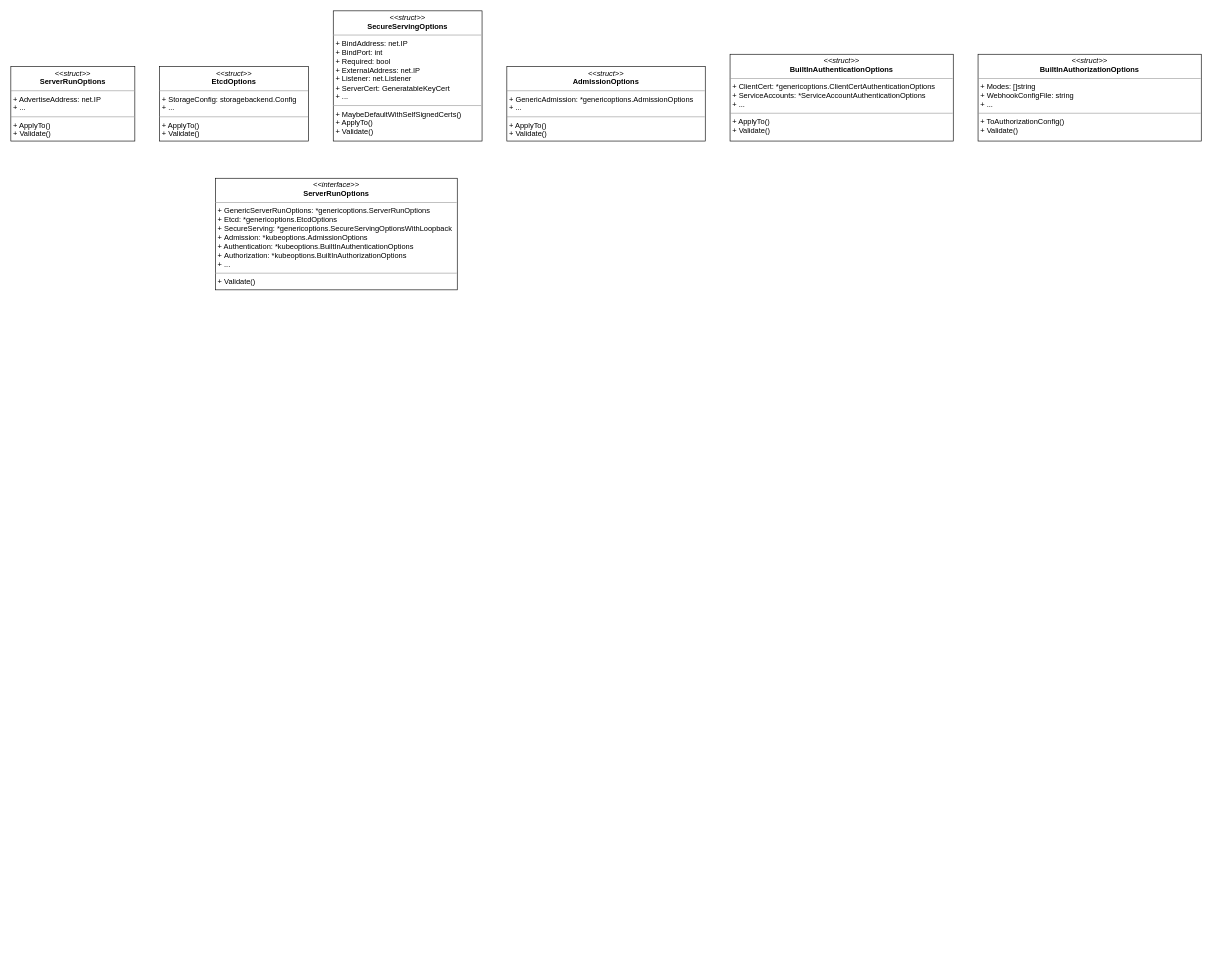
Above: apiserver.drawio in Richard-Joe/draw-io (draw.io), before the change. Source tidied: cells renumbered, new cells numbered last; positions are measured from the earlier drawing's top-left corner, leaving out a move shared by most shapes. Both pictures are drawn from the tidied source at 62%, with x=0, y=0 at pixel (11, 11).
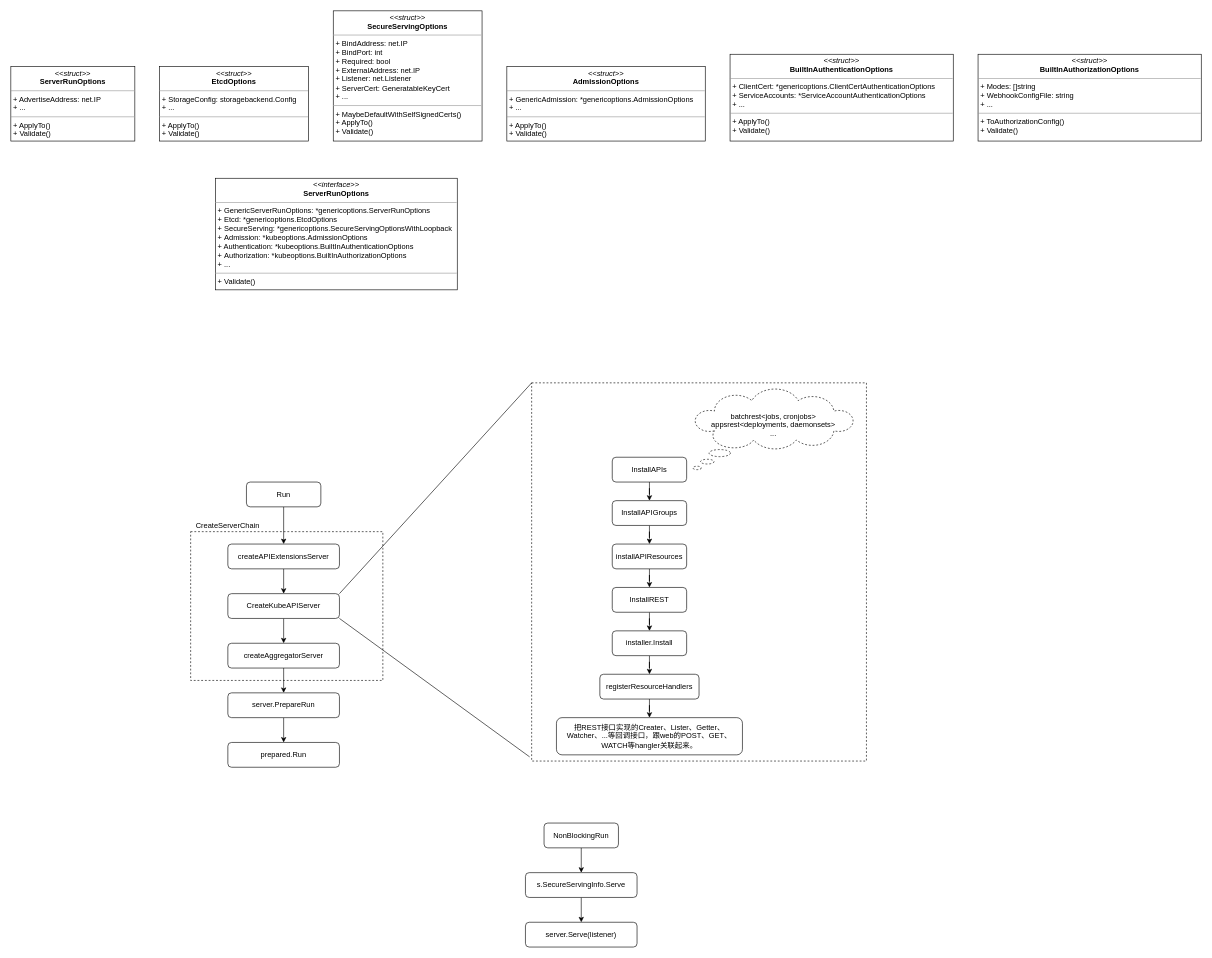
After the change.

The edit, as a diff of the source:
```diff
@@
+    <mxCell id="9" style="rounded=0;whiteSpace=wrap;html=1;dashed=1;" parent="1" vertex="1">
+      <mxGeometry x="840" y="600" width="540" height="610" as="geometry" />
+    </mxCell>
+    <mxCell id="10" style="rounded=0;whiteSpace=wrap;html=1;dashed=1;" parent="1" vertex="1">
+      <mxGeometry x="290" y="840" width="310" height="240" as="geometry" />
+    </mxCell>
@@
+    <mxCell id="11" style="edgeStyle=orthogonalEdgeStyle;rounded=0;jettySize=auto;html=1;" parent="1" edge="1" source="12" target="14">
+      <mxGeometry relative="1" as="geometry" />
+    </mxCell>
+    <mxCell id="12" value="Run" style="rounded=1;whiteSpace=wrap;html=1;" parent="1" vertex="1">
+      <mxGeometry x="380" y="760" width="120" height="40" as="geometry" />
+    </mxCell>
+    <mxCell id="13" style="edgeStyle=orthogonalEdgeStyle;rounded=0;jettySize=auto;html=1;" parent="1" edge="1" source="14" target="16">
+      <mxGeometry relative="1" as="geometry" />
+    </mxCell>
+    <mxCell id="14" value="createAPIExtensionsServer" style="rounded=1;whiteSpace=wrap;html=1;" parent="1" vertex="1">
+      <mxGeometry x="350" y="860" width="180" height="40" as="geometry" />
+    </mxCell>
+    <mxCell id="15" style="edgeStyle=orthogonalEdgeStyle;rounded=0;jettySize=auto;html=1;" parent="1" edge="1" source="16" target="18">
+      <mxGeometry relative="1" as="geometry" />
+    </mxCell>
+    <mxCell id="16" value="CreateKubeAPIServer" style="rounded=1;whiteSpace=wrap;html=1;" parent="1" vertex="1">
+      <mxGeometry x="350" y="940" width="180" height="40" as="geometry" />
+    </mxCell>
+    <mxCell id="17" style="edgeStyle=orthogonalEdgeStyle;rounded=0;jettySize=auto;html=1;" parent="1" edge="1" source="18" target="21">
+      <mxGeometry relative="1" as="geometry" />
+    </mxCell>
+    <mxCell id="18" value="createAggregatorServer" style="rounded=1;whiteSpace=wrap;html=1;" parent="1" vertex="1">
+      <mxGeometry x="350" y="1020" width="180" height="40" as="geometry" />
+    </mxCell>
+    <mxCell id="19" value="CreateServerChain" style="text;html=1;strokeColor=none;fillColor=none;align=center;verticalAlign=middle;whiteSpace=wrap;rounded=0;dashed=1;" parent="1" vertex="1">
+      <mxGeometry x="290" y="820" width="120" height="20" as="geometry" />
+    </mxCell>
+    <mxCell id="20" style="edgeStyle=orthogonalEdgeStyle;rounded=0;jettySize=auto;html=1;" parent="1" edge="1" source="21" target="22">
+      <mxGeometry relative="1" as="geometry" />
+    </mxCell>
+    <mxCell id="21" value="server.PrepareRun" style="rounded=1;whiteSpace=wrap;html=1;" parent="1" vertex="1">
+      <mxGeometry x="350" y="1100" width="180" height="40" as="geometry" />
+    </mxCell>
+    <mxCell id="22" value="prepared.Run" style="rounded=1;whiteSpace=wrap;html=1;" parent="1" vertex="1">
+      <mxGeometry x="350" y="1180" width="180" height="40" as="geometry" />
+    </mxCell>
+    <mxCell id="23" style="edgeStyle=orthogonalEdgeStyle;rounded=0;jettySize=auto;html=1;" parent="1" edge="1" source="24" target="27">
+      <mxGeometry relative="1" as="geometry" />
+    </mxCell>
+    <mxCell id="24" value="InstallAPIs" style="rounded=1;whiteSpace=wrap;html=1;" parent="1" vertex="1">
+      <mxGeometry x="970" y="720" width="120" height="40" as="geometry" />
+    </mxCell>
+    <mxCell id="25" value="batchrest&amp;lt;jobs, cronjobs&amp;gt;&lt;br&gt;appsrest&amp;lt;deployments, daemonsets&amp;gt;&lt;br&gt;...&lt;br&gt;&lt;br&gt;" style="whiteSpace=wrap;html=1;shape=mxgraph.basic.cloud_callout;dashed=1;" parent="1" vertex="1">
+      <mxGeometry x="1100" y="610" width="260" height="130" as="geometry" />
+    </mxCell>
+    <mxCell id="26" style="edgeStyle=orthogonalEdgeStyle;rounded=0;jettySize=auto;html=1;" parent="1" edge="1" source="27" target="29">
+      <mxGeometry relative="1" as="geometry" />
+    </mxCell>
+    <mxCell id="27" value="InstallAPIGroups" style="rounded=1;whiteSpace=wrap;html=1;" parent="1" vertex="1">
+      <mxGeometry x="970" y="790" width="120" height="40" as="geometry" />
+    </mxCell>
+    <mxCell id="28" style="edgeStyle=orthogonalEdgeStyle;rounded=0;jettySize=auto;html=1;" parent="1" edge="1" source="29" target="31">
+      <mxGeometry relative="1" as="geometry" />
+    </mxCell>
+    <mxCell id="29" value="installAPIResources" style="rounded=1;whiteSpace=wrap;html=1;" parent="1" vertex="1">
+      <mxGeometry x="970" y="860" width="120" height="40" as="geometry" />
+    </mxCell>
+    <mxCell id="30" style="edgeStyle=orthogonalEdgeStyle;rounded=0;jettySize=auto;html=1;" parent="1" edge="1" source="31" target="33">
+      <mxGeometry relative="1" as="geometry" />
+    </mxCell>
+    <mxCell id="31" value="InstallREST" style="rounded=1;whiteSpace=wrap;html=1;" parent="1" vertex="1">
+      <mxGeometry x="970" y="930" width="120" height="40" as="geometry" />
+    </mxCell>
+    <mxCell id="32" style="edgeStyle=orthogonalEdgeStyle;rounded=0;jettySize=auto;html=1;" parent="1" edge="1" source="33" target="35">
+      <mxGeometry relative="1" as="geometry" />
+    </mxCell>
+    <mxCell id="33" value="installer.Install" style="rounded=1;whiteSpace=wrap;html=1;" parent="1" vertex="1">
+      <mxGeometry x="970" y="1000" width="120" height="40" as="geometry" />
+    </mxCell>
+    <mxCell id="34" style="edgeStyle=orthogonalEdgeStyle;rounded=0;jettySize=auto;html=1;" parent="1" edge="1" source="35" target="36">
+      <mxGeometry relative="1" as="geometry" />
+    </mxCell>
+    <mxCell id="35" value="registerResourceHandlers" style="rounded=1;whiteSpace=wrap;html=1;" parent="1" vertex="1">
+      <mxGeometry x="950" y="1070" width="160" height="40" as="geometry" />
+    </mxCell>
+    <mxCell id="36" value="把REST接口实现的Creater、Lister、Getter、Watcher、...等回调接口，跟web的POST、GET、WATCH等hangler关联起来。" style="rounded=1;whiteSpace=wrap;html=1;" parent="1" vertex="1">
+      <mxGeometry x="880" y="1140" width="300" height="60" as="geometry" />
+    </mxCell>
+    <mxCell id="37" style="endArrow=none;html=1;rounded=0;exitX=1;exitY=0;exitDx=0;exitDy=0;entryX=0;entryY=0;entryDx=0;entryDy=0;" parent="1" edge="1" source="16" target="9">
+      <mxGeometry relative="1" as="geometry" />
+    </mxCell>
+    <mxCell id="38" style="endArrow=none;html=1;rounded=0;exitX=1;exitY=1;exitDx=0;exitDy=0;entryX=-0.006;entryY=0.989;entryDx=0;entryDy=0;entryPerimeter=0;" parent="1" edge="1" source="16" target="9">
+      <mxGeometry relative="1" as="geometry" />
+    </mxCell>
+    <mxCell id="39" style="edgeStyle=orthogonalEdgeStyle;rounded=0;jettySize=auto;html=1;" parent="1" edge="1" source="40" target="42">
+      <mxGeometry relative="1" as="geometry" />
+    </mxCell>
+    <mxCell id="40" value="NonBlockingRun" style="rounded=1;whiteSpace=wrap;html=1;" parent="1" vertex="1">
+      <mxGeometry x="860" y="1310" width="120" height="40" as="geometry" />
+    </mxCell>
+    <mxCell id="41" style="edgeStyle=orthogonalEdgeStyle;rounded=0;jettySize=auto;html=1;" parent="1" edge="1" source="42" target="43">
+      <mxGeometry relative="1" as="geometry" />
+    </mxCell>
+    <mxCell id="42" value="s.SecureServingInfo.Serve" style="rounded=1;whiteSpace=wrap;html=1;" parent="1" vertex="1">
+      <mxGeometry x="830" y="1390" width="180" height="40" as="geometry" />
+    </mxCell>
+    <mxCell id="43" value="server.Serve(listener)" style="rounded=1;whiteSpace=wrap;html=1;" parent="1" vertex="1">
+      <mxGeometry x="830" y="1470" width="180" height="40" as="geometry" />
+    </mxCell>
```
